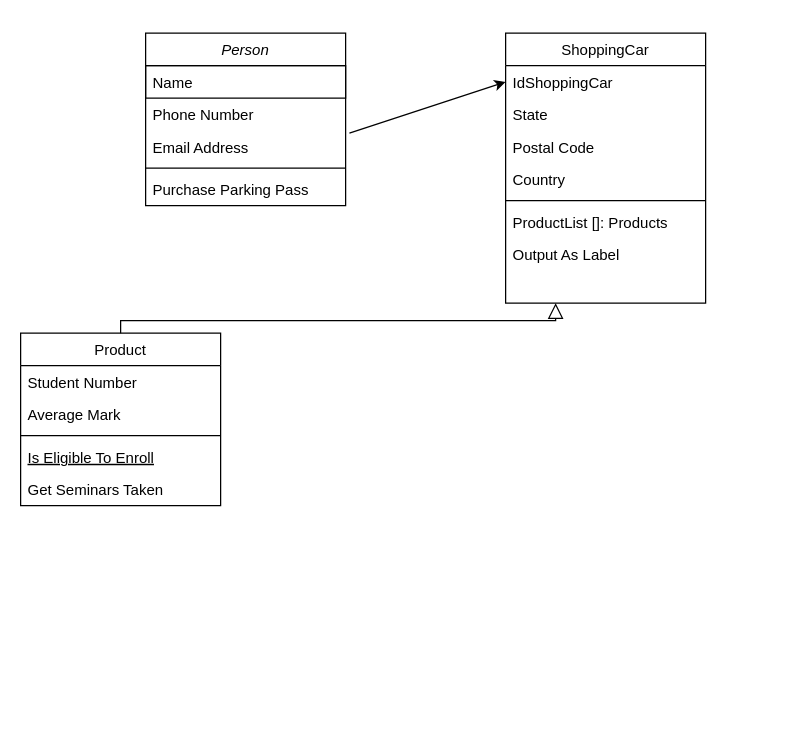
Above: ShoppingCarIASSoftware.drawio in mcewenar/ias-software (draw.io), before the change. Source tidied: cells renumbered, new cells numbered last; positions are measured from the earlier drawing's top-left corner, leaving out a move shared by most shapes. Both pictures are drawn from the tidied source at 125%, with x=0, y=0 at pixel (20, 32).
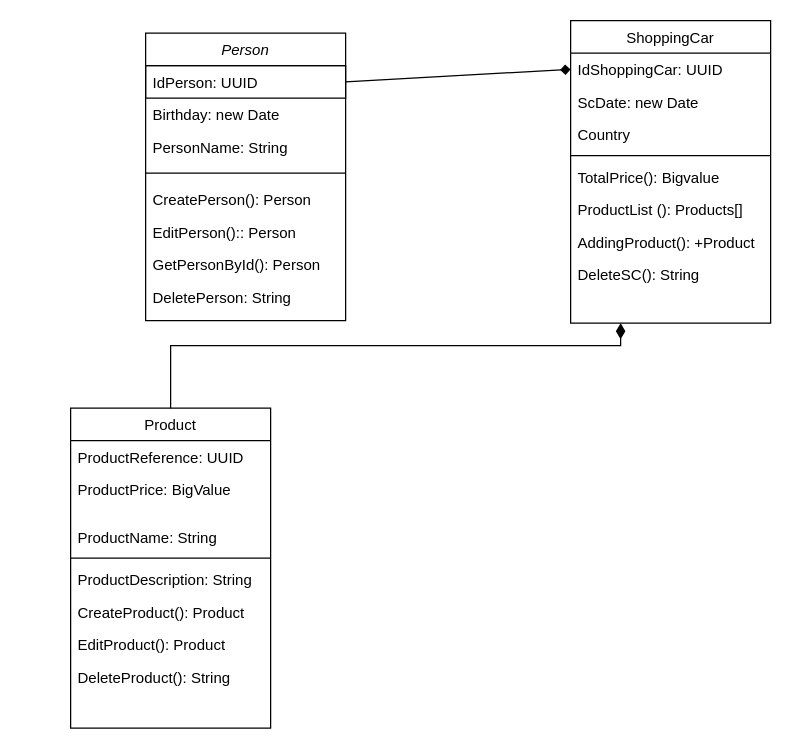
The same diagram, later.

The edit, as a diff of the source:
```diff
@@
     <mxCell id="2" value="Person" style="swimlane;fontStyle=2;align=center;verticalAlign=top;horizontal=1;startSize=26;rounded=0;shadow=0;strokeWidth=1;" parent="1" vertex="1">
-      <mxGeometry x="100" width="160" height="138" as="geometry" />
+      <mxGeometry x="100" width="160" height="230" as="geometry" />
     </mxCell>
-    <mxCell id="3" value="Name" style="text;align=left;verticalAlign=top;spacingLeft=4;spacingRight=4;overflow=hidden;points=[[0,0.5],[1,0.5]];portConstraint=eastwest;strokeColor=default;" parent="2" vertex="1">
+    <mxCell id="3" value="IdPerson: UUID" style="text;align=left;verticalAlign=top;spacingLeft=4;spacingRight=4;overflow=hidden;points=[[0,0.5],[1,0.5]];portConstraint=eastwest;strokeColor=default;" parent="2" vertex="1">
       <mxGeometry y="26" width="160" height="26" as="geometry" />
     </mxCell>
+    <mxCell id="24" value="Birthday: new Date" style="text;strokeColor=none;fillColor=none;align=left;verticalAlign=top;spacingLeft=4;spacingRight=4;overflow=hidden;" parent="2" vertex="1">
+      <mxGeometry y="52" width="160" height="26" as="geometry" />
+    </mxCell>
-    <mxCell id="4" value="Phone Number" style="text;align=left;verticalAlign=top;spacingLeft=4;spacingRight=4;overflow=hidden;rounded=0;shadow=0;html=0;" parent="2" vertex="1">
-      <mxGeometry y="52" width="160" height="26" as="geometry" />
+    <mxCell id="4" value="PersonName: String" style="text;align=left;verticalAlign=top;spacingLeft=4;spacingRight=4;overflow=hidden;rounded=0;shadow=0;html=0;" parent="2" vertex="1">
+      <mxGeometry y="78" width="160" height="26" as="geometry" />
     </mxCell>
-    <mxCell id="5" value="Email Address" style="text;align=left;verticalAlign=top;spacingLeft=4;spacingRight=4;overflow=hidden;points=[[0,0.5],[1,0.5]];portConstraint=eastwest;rounded=0;shadow=0;html=0;" parent="2" vertex="1">
-      <mxGeometry y="78" width="160" height="26" as="geometry" />
-    </mxCell>
     <mxCell id="6" style="line;html=1;strokeWidth=1;align=left;verticalAlign=middle;spacingTop=-1;spacingLeft=3;spacingRight=3;labelPosition=right;" parent="2" vertex="1">
-      <mxGeometry y="104" width="160" height="8" as="geometry" />
+      <mxGeometry y="104" width="160" height="16" as="geometry" />
     </mxCell>
-    <mxCell id="7" value="Purchase Parking Pass" style="text;align=left;verticalAlign=top;spacingLeft=4;spacingRight=4;overflow=hidden;" parent="2" vertex="1">
-      <mxGeometry y="112" width="160" height="26" as="geometry" />
-    </mxCell>
+    <mxCell id="25" value="CreatePerson(): Person" style="text;strokeColor=none;fillColor=none;align=left;verticalAlign=top;spacingLeft=4;spacingRight=4;overflow=hidden;" parent="2" vertex="1">
+      <mxGeometry y="120" width="160" height="26" as="geometry" />
+    </mxCell>
+    <mxCell id="26" value="EditPerson():: Person" style="text;strokeColor=none;fillColor=none;align=left;verticalAlign=top;spacingLeft=4;spacingRight=4;overflow=hidden;" parent="2" vertex="1">
+      <mxGeometry y="146" width="160" height="26" as="geometry" />
+    </mxCell>
+    <mxCell id="27" value="GetPersonById(): Person" style="text;strokeColor=none;fillColor=none;align=left;verticalAlign=top;spacingLeft=4;spacingRight=4;overflow=hidden;" parent="2" vertex="1">
+      <mxGeometry y="172" width="160" height="26" as="geometry" />
+    </mxCell>
+    <mxCell id="28" value="DeletePerson: String" style="text;strokeColor=none;fillColor=none;align=left;verticalAlign=top;spacingLeft=4;spacingRight=4;overflow=hidden;" parent="2" vertex="1">
+      <mxGeometry y="198" width="160" height="26" as="geometry" />
+    </mxCell>
     <mxCell id="8" value="Product" style="swimlane;fontStyle=0;align=center;verticalAlign=top;horizontal=1;startSize=26;rounded=0;shadow=0;strokeWidth=1;" parent="1" vertex="1">
-      <mxGeometry y="240" width="160" height="138" as="geometry" />
+      <mxGeometry x="40" y="300" width="160" height="256" as="geometry" />
     </mxCell>
-    <mxCell id="9" value="Student Number" style="text;align=left;verticalAlign=top;spacingLeft=4;spacingRight=4;overflow=hidden;" parent="8" vertex="1">
+    <mxCell id="9" value="ProductReference: UUID" style="text;align=left;verticalAlign=top;spacingLeft=4;spacingRight=4;overflow=hidden;" parent="8" vertex="1">
       <mxGeometry y="26" width="160" height="26" as="geometry" />
     </mxCell>
-    <mxCell id="10" value="Average Mark" style="text;align=left;verticalAlign=top;spacingLeft=4;spacingRight=4;overflow=hidden;rounded=0;shadow=0;html=0;" parent="8" vertex="1">
-      <mxGeometry y="52" width="160" height="26" as="geometry" />
+    <mxCell id="10" value="ProductPrice: BigValue" style="text;align=left;verticalAlign=top;spacingLeft=4;spacingRight=4;overflow=hidden;rounded=0;shadow=0;html=0;" parent="8" vertex="1">
+      <mxGeometry y="52" width="160" height="38" as="geometry" />
     </mxCell>
+    <mxCell id="29" value="ProductName: String" style="text;strokeColor=none;fillColor=none;align=left;verticalAlign=top;spacingLeft=4;spacingRight=4;overflow=hidden;" parent="8" vertex="1">
+      <mxGeometry y="90" width="160" height="26" as="geometry" />
+    </mxCell>
     <mxCell id="11" style="line;html=1;strokeWidth=1;align=left;verticalAlign=middle;spacingTop=-1;spacingLeft=3;spacingRight=3;labelPosition=right;" parent="8" vertex="1">
-      <mxGeometry y="78" width="160" height="8" as="geometry" />
+      <mxGeometry y="116" width="160" height="8" as="geometry" />
     </mxCell>
-    <mxCell id="12" value="Is Eligible To Enroll" style="text;align=left;verticalAlign=top;spacingLeft=4;spacingRight=4;overflow=hidden;fontStyle=4;" parent="8" vertex="1">
-      <mxGeometry y="86" width="160" height="26" as="geometry" />
-    </mxCell>
-    <mxCell id="13" value="Get Seminars Taken" style="text;align=left;verticalAlign=top;spacingLeft=4;spacingRight=4;overflow=hidden;" parent="8" vertex="1">
-      <mxGeometry y="112" width="160" height="26" as="geometry" />
-    </mxCell>
+    <mxCell id="30" value="ProductDescription: String" style="text;strokeColor=none;fillColor=none;align=left;verticalAlign=top;spacingLeft=4;spacingRight=4;overflow=hidden;" parent="8" vertex="1">
+      <mxGeometry y="124" width="160" height="26" as="geometry" />
+    </mxCell>
+    <mxCell id="31" value="CreateProduct(): Product" style="text;strokeColor=none;fillColor=none;align=left;verticalAlign=top;spacingLeft=4;spacingRight=4;overflow=hidden;" parent="8" vertex="1">
+      <mxGeometry y="150" width="160" height="26" as="geometry" />
+    </mxCell>
+    <mxCell id="32" value="EditProduct(): Product" style="text;strokeColor=none;fillColor=none;align=left;verticalAlign=top;spacingLeft=4;spacingRight=4;overflow=hidden;" parent="8" vertex="1">
+      <mxGeometry y="176" width="160" height="26" as="geometry" />
+    </mxCell>
+    <mxCell id="33" value="DeleteProduct(): String" style="text;strokeColor=none;fillColor=none;align=left;verticalAlign=top;spacingLeft=4;spacingRight=4;overflow=hidden;" parent="8" vertex="1">
+      <mxGeometry y="202" width="160" height="26" as="geometry" />
+    </mxCell>
-    <mxCell id="14" style="endArrow=block;endSize=10;endFill=0;shadow=0;strokeWidth=1;rounded=0;edgeStyle=elbowEdgeStyle;elbow=vertical;entryX=0.25;entryY=1;entryDx=0;entryDy=0;" parent="1" edge="1" source="8" target="15">
+    <mxCell id="14" style="endArrow=diamondThin;endSize=10;endFill=1;shadow=0;strokeWidth=1;rounded=0;edgeStyle=elbowEdgeStyle;elbow=vertical;entryX=0.25;entryY=1;entryDx=0;entryDy=0;" parent="1" edge="1" source="8" target="15">
       <mxGeometry relative="1" as="geometry">
         <Array as="points">
+          <mxPoint x="410" y="250" />
           <mxPoint x="460" y="230" />
         </Array>
       </mxGeometry>
     </mxCell>
     <mxCell id="15" value="ShoppingCar" style="swimlane;fontStyle=0;align=center;verticalAlign=top;horizontal=1;startSize=26;rounded=0;shadow=0;strokeWidth=1;" parent="1" vertex="1">
-      <mxGeometry x="388" width="160" height="216" as="geometry" />
+      <mxGeometry x="440" y="-10" width="160" height="242" as="geometry" />
     </mxCell>
-    <mxCell id="16" value="IdShoppingCar" style="text;align=left;verticalAlign=top;spacingLeft=4;spacingRight=4;overflow=hidden;points=[[0,0.5],[1,0.5]];portConstraint=eastwest;rounded=0;shadow=0;html=0;" parent="15" vertex="1">
+    <mxCell id="16" value="IdShoppingCar: UUID" style="text;align=left;verticalAlign=top;spacingLeft=4;spacingRight=4;overflow=hidden;points=[[0,0.5],[1,0.5]];portConstraint=eastwest;rounded=0;shadow=0;html=0;" parent="15" vertex="1">
       <mxGeometry y="26" width="160" height="26" as="geometry" />
     </mxCell>
-    <mxCell id="17" value="State" style="text;align=left;verticalAlign=top;spacingLeft=4;spacingRight=4;overflow=hidden;rounded=0;shadow=0;html=0;" parent="15" vertex="1">
-      <mxGeometry y="52" width="160" height="26" as="geometry" />
-    </mxCell>
-    <mxCell id="18" value="Postal Code" style="text;align=left;verticalAlign=top;spacingLeft=4;spacingRight=4;overflow=hidden;rounded=0;shadow=0;html=0;" parent="15" vertex="1">
-      <mxGeometry y="78" width="160" height="26" as="geometry" />
+    <mxCell id="18" value="ScDate: new Date" style="text;align=left;verticalAlign=top;spacingLeft=4;spacingRight=4;overflow=hidden;rounded=0;shadow=0;html=0;" parent="15" vertex="1">
+      <mxGeometry y="52" width="160" height="26" as="geometry" />
     </mxCell>
     <mxCell id="19" value="Country" style="text;align=left;verticalAlign=top;spacingLeft=4;spacingRight=4;overflow=hidden;rounded=0;shadow=0;html=0;" parent="15" vertex="1">
-      <mxGeometry y="104" width="160" height="26" as="geometry" />
+      <mxGeometry y="78" width="160" height="26" as="geometry" />
     </mxCell>
     <mxCell id="20" style="line;html=1;strokeWidth=1;align=left;verticalAlign=middle;spacingTop=-1;spacingLeft=3;spacingRight=3;labelPosition=right;" parent="15" vertex="1">
-      <mxGeometry y="130" width="160" height="8" as="geometry" />
+      <mxGeometry y="104" width="160" height="8" as="geometry" />
     </mxCell>
+    <mxCell id="22" value="TotalPrice(): Bigvalue" style="text;align=left;verticalAlign=top;spacingLeft=4;spacingRight=4;overflow=hidden;" parent="15" vertex="1">
+      <mxGeometry y="112" width="160" height="26" as="geometry" />
+    </mxCell>
-    <mxCell id="21" value="ProductList []: Products" style="text;align=left;verticalAlign=top;spacingLeft=4;spacingRight=4;overflow=hidden;" parent="15" vertex="1">
+    <mxCell id="21" value="ProductList (): Products[]" style="text;align=left;verticalAlign=top;spacingLeft=4;spacingRight=4;overflow=hidden;" parent="15" vertex="1">
       <mxGeometry y="138" width="160" height="26" as="geometry" />
     </mxCell>
-    <mxCell id="22" value="Output As Label" style="text;align=left;verticalAlign=top;spacingLeft=4;spacingRight=4;overflow=hidden;" parent="15" vertex="1">
-      <mxGeometry y="164" width="160" height="26" as="geometry" />
-    </mxCell>
+    <mxCell id="34" value="AddingProduct(): +Product" style="text;strokeColor=none;fillColor=none;align=left;verticalAlign=top;spacingLeft=4;spacingRight=4;overflow=hidden;" parent="15" vertex="1">
+      <mxGeometry y="164" width="160" height="26" as="geometry" />
+    </mxCell>
+    <mxCell id="35" value="DeleteSC(): String" style="text;strokeColor=none;fillColor=none;align=left;verticalAlign=top;spacingLeft=4;spacingRight=4;overflow=hidden;" parent="15" vertex="1">
+      <mxGeometry y="190" width="160" height="26" as="geometry" />
+    </mxCell>
-    <mxCell id="23" style="endArrow=classic;html=1;rounded=0;entryX=0;entryY=0.5;entryDx=0;entryDy=0;exitX=1.019;exitY=0.077;exitDx=0;exitDy=0;exitPerimeter=0;" parent="1" edge="1" source="5" target="16">
+    <mxCell id="23" style="endArrow=diamond;html=1;rounded=0;entryX=0;entryY=0.5;entryDx=0;entryDy=0;exitX=1;exitY=0.5;exitDx=0;exitDy=0;endFill=1;" parent="1" edge="1" source="3" target="16">
       <mxGeometry relative="1" as="geometry" />
     </mxCell>
```
